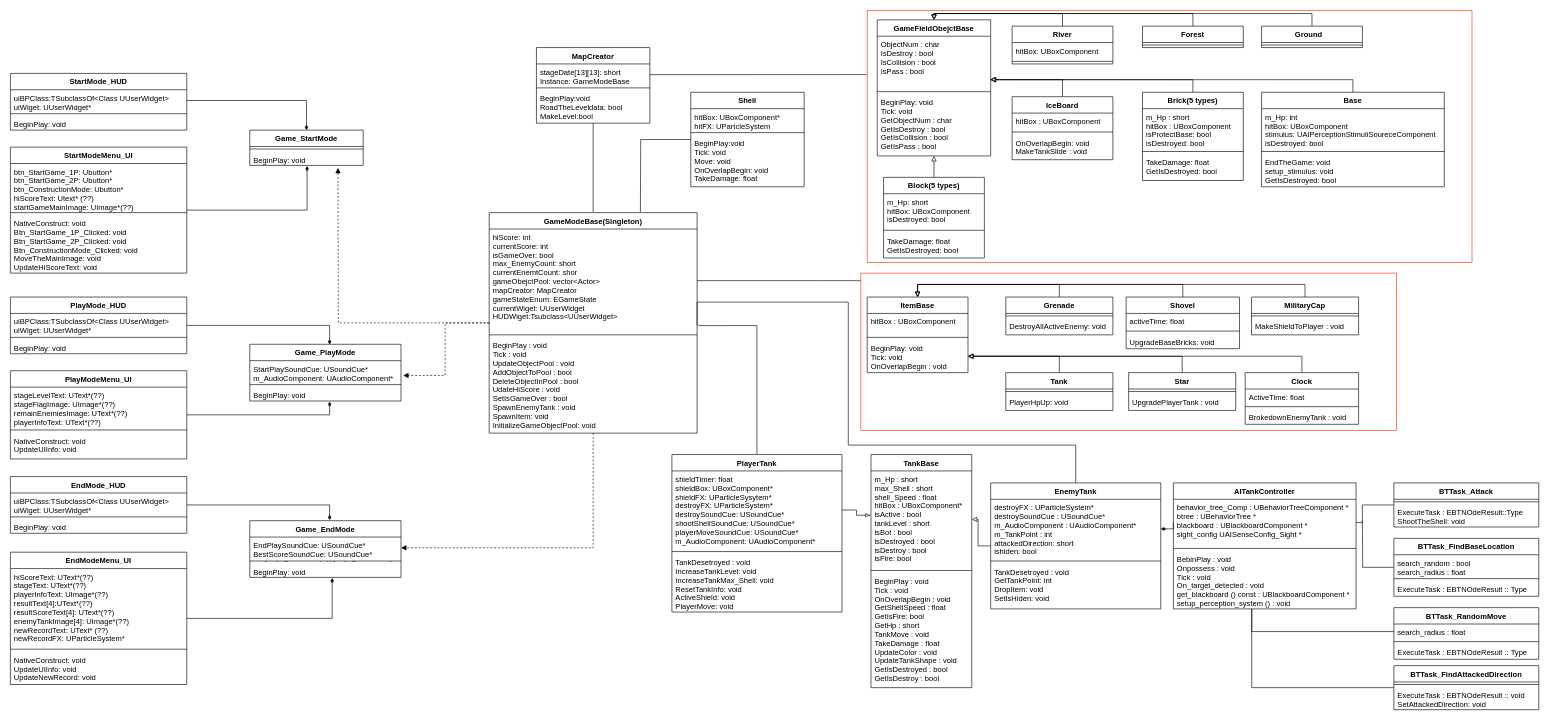
This is Untitled Diagram.drawio from zzaxowns/Study_LIST_IN_Vacation, a draw.io file, before an edit. Source tidied: cells renumbered, new cells numbered last; positions are measured from the earlier drawing's top-left corner, leaving out a move shared by most shapes. Both pictures are drawn from the tidied source at 63%, with x=0, y=0 at pixel (10, 10).
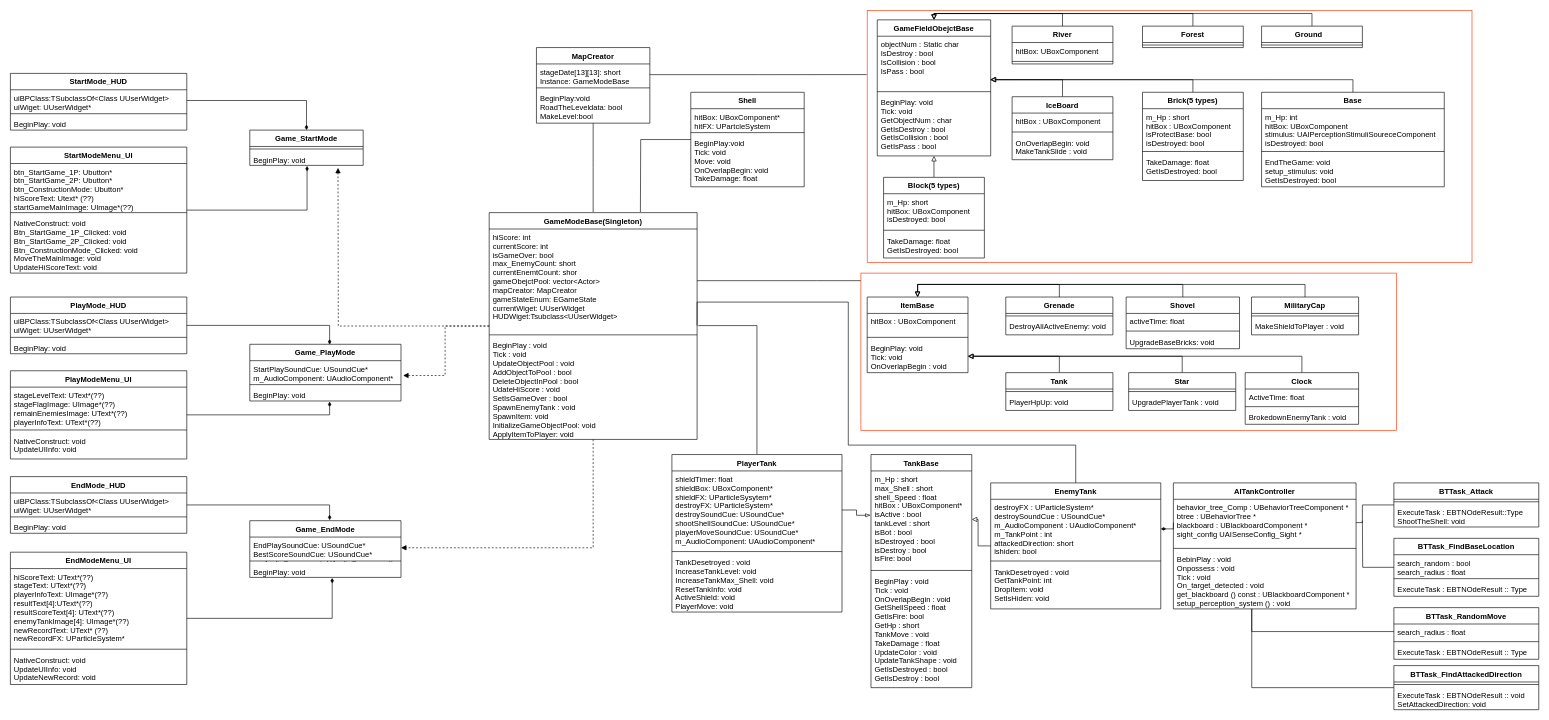
The same diagram, later.

The change refers to these unchanged cells:
```xml
<mxCell id="5" value="GameFieldObejctBase" style="swimlane;fontStyle=1;align=center;verticalAlign=top;horizontal=1;startSize=26;" parent="1" vertex="1">
  <mxGeometry x="1376" y="15" width="180" height="216" as="geometry" />
</mxCell>
```

Diff of the diagram source:
```diff
@@
-    <mxCell id="6" value="ObjectNum : char&#10;IsDestroy : bool &#10;IsCollision : bool &#10;IsPass : bool&#10;" style="text;strokeColor=none;fillColor=none;align=left;verticalAlign=top;spacingLeft=4;spacingRight=4;overflow=hidden;points=[[0,0.5],[1,0.5]];portConstraint=eastwest;" parent="5" vertex="1">
+    <mxCell id="6" value="objectNum : Static char&#10;IsDestroy : bool &#10;IsCollision : bool &#10;IsPass : bool&#10;" style="text;strokeColor=none;fillColor=none;align=left;verticalAlign=top;spacingLeft=4;spacingRight=4;overflow=hidden;points=[[0,0.5],[1,0.5]];portConstraint=eastwest;" parent="5" vertex="1">
       <mxGeometry y="26" width="180" height="84" as="geometry" />
     </mxCell>
@@
     <mxCell id="110" value="GameModeBase(Singleton)" style="swimlane;fontStyle=1;align=center;verticalAlign=top;horizontal=1;startSize=26;" parent="1" vertex="1">
-      <mxGeometry x="760" y="321" width="330" height="350" as="geometry" />
+      <mxGeometry x="760" y="321" width="330" height="360" as="geometry" />
     </mxCell>
@@
-    <mxCell id="113" value="BeginPlay : void &#10;Tick : void &#10;UpdateObjectPool : void &#10;AddObjectToPool : bool &#10;DeleteObjectInPool : bool &#10;UdateHiScore : void &#10;SetIsGameOver : bool &#10;SpawnEnemyTank : void&#10;SpawnItem: void&#10;InitializeGameObjectPool: void&#10;&#10;&#10;" style="text;strokeColor=none;fillColor=none;align=left;verticalAlign=top;spacingLeft=4;spacingRight=4;overflow=hidden;" parent="110" vertex="1">
-      <mxGeometry y="198" width="330" height="152" as="geometry" />
+    <mxCell id="113" value="BeginPlay : void &#10;Tick : void &#10;UpdateObjectPool : void &#10;AddObjectToPool : bool &#10;DeleteObjectInPool : bool &#10;UdateHiScore : void &#10;SetIsGameOver : bool &#10;SpawnEnemyTank : void&#10;SpawnItem: void&#10;InitializeGameObjectPool: void&#10;ApplyItemToPlayer: void&#10;&#10;&#10;" style="text;strokeColor=none;fillColor=none;align=left;verticalAlign=top;spacingLeft=4;spacingRight=4;overflow=hidden;" parent="110" vertex="1">
+      <mxGeometry y="198" width="330" height="162" as="geometry" />
     </mxCell>
```
